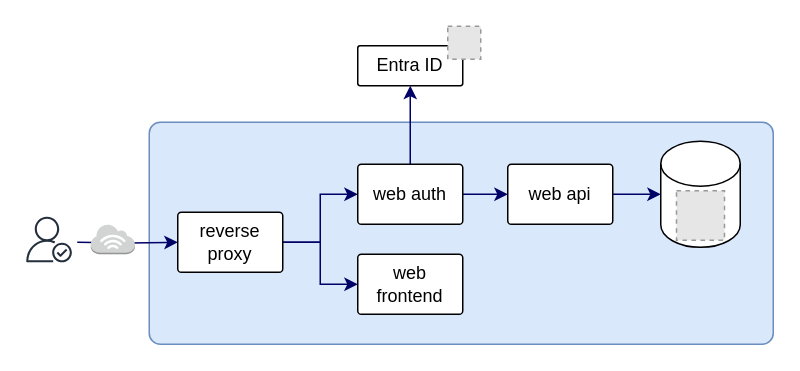
The draw.io diagram docs/media/architecture.drawio in ucl-arc-tre/portal, before the edit. Source tidied: cells renumbered, new cells numbered last; positions are measured from the earlier drawing's top-left corner, leaving out a move shared by most shapes. Both pictures are drawn from the tidied source at 150%, with x=0, y=0 at pixel (26, 26). Pictures stored in the file or linked from it are replaced by grey dashed boxes.
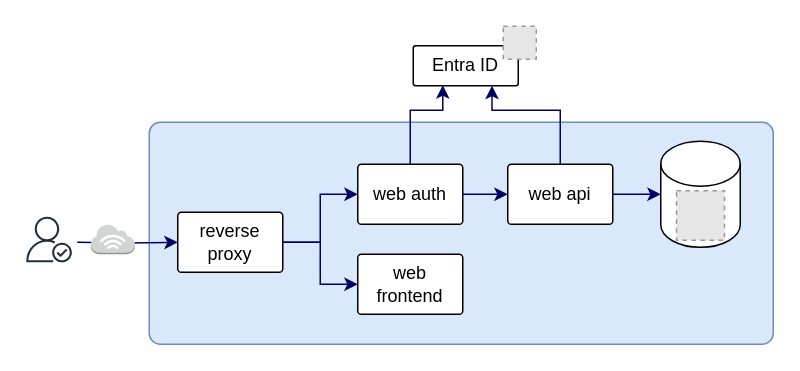
Above is the later version.

The change refers to these unchanged cells:
```xml
<mxCell id="10" value="web api" style="rounded=1;whiteSpace=wrap;html=1;arcSize=6;" parent="1" vertex="1">
  <mxGeometry x="321" y="92" width="70" height="40" as="geometry" />
</mxCell>
<mxCell id="13" value="web auth" style="rounded=1;whiteSpace=wrap;html=1;arcSize=6;" parent="1" vertex="1">
  <mxGeometry x="221" y="92" width="70" height="40" as="geometry" />
</mxCell>
```

The edit, as a diff of the source:
```diff
@@
     <mxCell id="3" value="Entra ID" style="rounded=1;whiteSpace=wrap;html=1;arcSize=6;" parent="1" vertex="1">
-      <mxGeometry x="221" y="13" width="70" height="26.6" as="geometry" />
+      <mxGeometry x="258" y="13" width="70" height="26.6" as="geometry" />
     </mxCell>
     <mxCell id="4" style="fillColor=#E6E6E6;strokeColor=#999999;dashed=1;verticalLabelPosition=bottom;labelBackgroundColor=default;verticalAlign=top;" parent="1" vertex="1">
-      <mxGeometry x="281" width="22" height="22" as="geometry" />
+      <mxGeometry x="318" width="22" height="22" as="geometry" />
     </mxCell>
@@
-    <mxCell id="12" style="edgeStyle=orthogonalEdgeStyle;rounded=0;jettySize=auto;html=1;entryX=0.5;entryY=1;entryDx=0;entryDy=0;strokeColor=#000066;" parent="1" edge="1" source="13" target="3">
-      <mxGeometry relative="1" as="geometry" />
+    <mxCell id="12" style="edgeStyle=orthogonalEdgeStyle;rounded=0;jettySize=auto;html=1;entryX=0.281;entryY=0.988;entryDx=0;entryDy=0;strokeColor=#000066;entryPerimeter=0;" parent="1" edge="1" source="13" target="3">
+      <mxGeometry relative="1" as="geometry">
+        <Array as="points">
+          <mxPoint x="256" y="56" />
+          <mxPoint x="278" y="56" />
+          <mxPoint x="278" y="39" />
+        </Array>
+      </mxGeometry>
     </mxCell>
@@
+    <mxCell id="19" style="edgeStyle=orthogonalEdgeStyle;rounded=0;jettySize=auto;html=1;strokeColor=#000066;exitX=0.5;exitY=0;exitDx=0;exitDy=0;entryX=0.75;entryY=1;entryDx=0;entryDy=0;" parent="1" edge="1" source="10" target="3">
+      <mxGeometry relative="1" as="geometry">
+        <Array as="points">
+          <mxPoint x="356" y="56" />
+          <mxPoint x="310" y="56" />
+        </Array>
+      </mxGeometry>
+    </mxCell>
```
